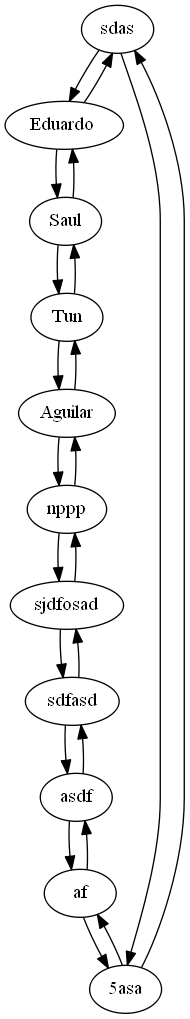
The Graphviz diagram ListaDobleCircularUsuarios.png in Eduardo01004/-EDD-_1S2019_P1_201612124, before a commit. Its source is kept beside it as ListaDobleCircularUsuarios.dot.
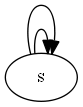
After the change.

The edit, as a diff of the source:
```diff
@@ -1,35 +1,6 @@
-digraph CircularList {
-2942449[fillcolor=seashell2,label="sdas"];
-2942449->2947371
-2947371->2942449
-2947371[fillcolor=seashell2,label="Eduardo "];
-2947371->2947373
-2947373->2947371
-2947373[fillcolor=seashell2,label="Saul"];
-2947373->2947377
-2947377->2947373
-2947377[fillcolor=seashell2,label="Tun"];
-2947377->2947383
-2947383->2947377
-2947383[fillcolor=seashell2,label="Aguilar"];
-2947383->2947385
-2947385->2947383
-2947385[fillcolor=seashell2,label="nppp"];
-2947385->2947389
-2947389->2947385
-2947389[fillcolor=seashell2,label="sjdfosad"];
-2947389->2947391
-2947391->2947389
-2947391[fillcolor=seashell2,label="sdfasd"];
-2947391->2947395
-2947395->2947391
-2947395[fillcolor=seashell2,label="asdf"];
-2947395->2947399
-2947399->2947395
-2947399[fillcolor=seashell2,label="af"];
-2947399->2947405
-2947405->2947399
-2947405[fillcolor=seashell2,label="5asa"];
-2947405->2942449
-2942449->2947405
+digraph CircularList {rankdir=LR;
+
+933485[fillcolor=seashell2,label="s"];
+933485->933485
+933485->933485
 }
```
